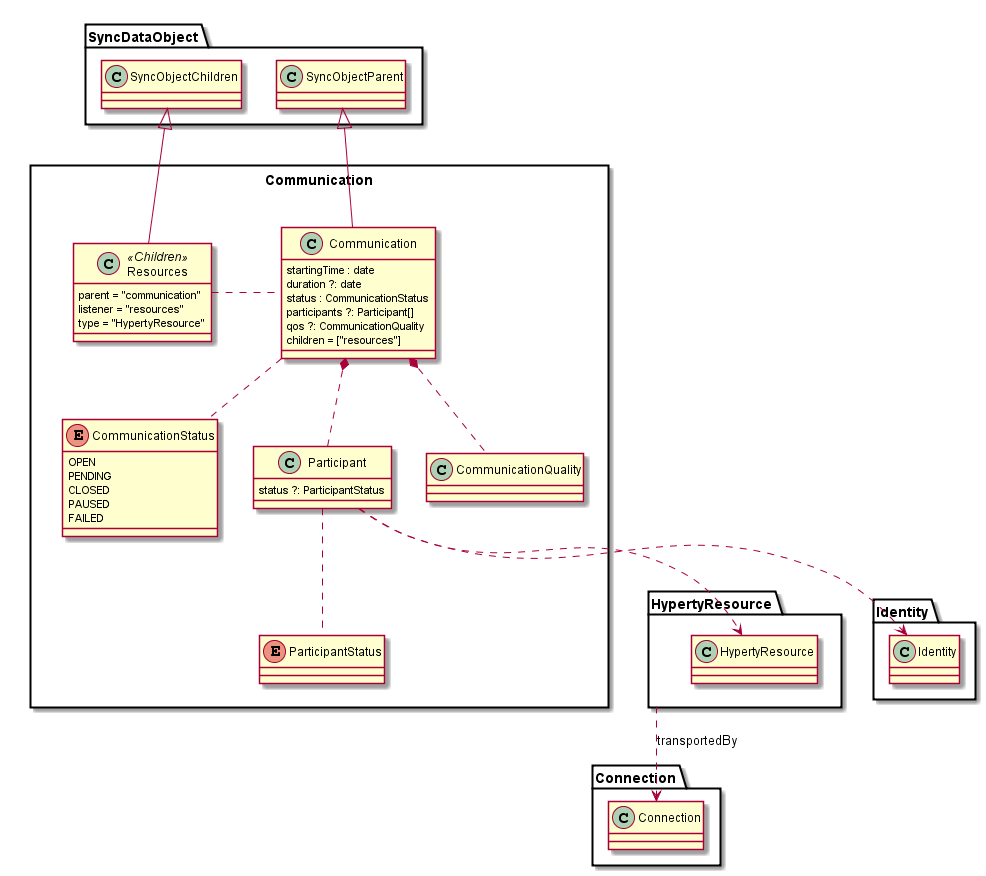
reTHINK-project/specs keeps this PlantUML diagram as datamodel/data-objects/communication/Communication-Data-Object-Model.png. Above is the earlier version.
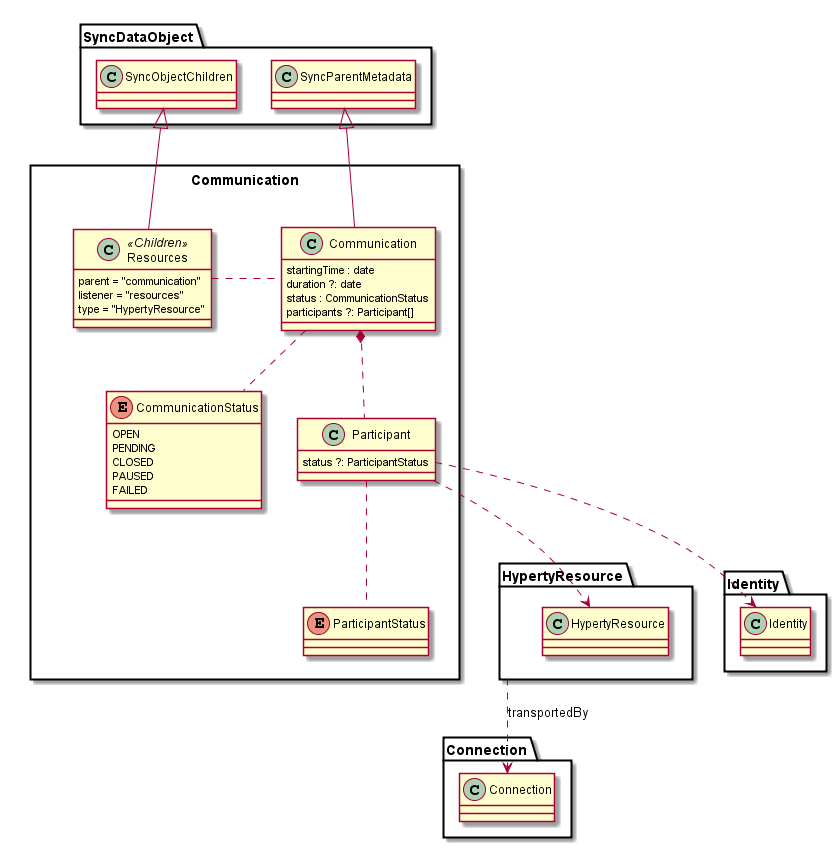
After the commit.

Commit message:
data sync model: moved lastModified to Metadata Communication data model: removed attributes that are already in the SyncMetadata

Diff of the diagram source:
```diff
@@ -7,8 +7,6 @@
 		duration ?: date
 		status : CommunicationStatus
 		participants ?: Participant[]
-		qos ?: CommunicationQuality
-		children = ["resources"]
 	}
 
 	class Resources <<Children>> {
@@ -33,15 +31,12 @@
 		status ?: ParticipantStatus
 	}
 
-	class CommunicationQuality {
-	}
 
-	Communication -up-|> SyncDataObject.SyncObjectParent
+	Communication -up-|> SyncDataObject.SyncParentMetadata
 	Resources -up-|> SyncDataObject.SyncObjectChildren
 	Communication .. CommunicationStatus
 	Communication .left. Resources
 	Communication *.. Participant
-	Communication *.. CommunicationQuality
 	Participant .. ParticipantStatus
 	Participant ..> HypertyResource.HypertyResource
 	Participant ..> Identity.Identity
```
